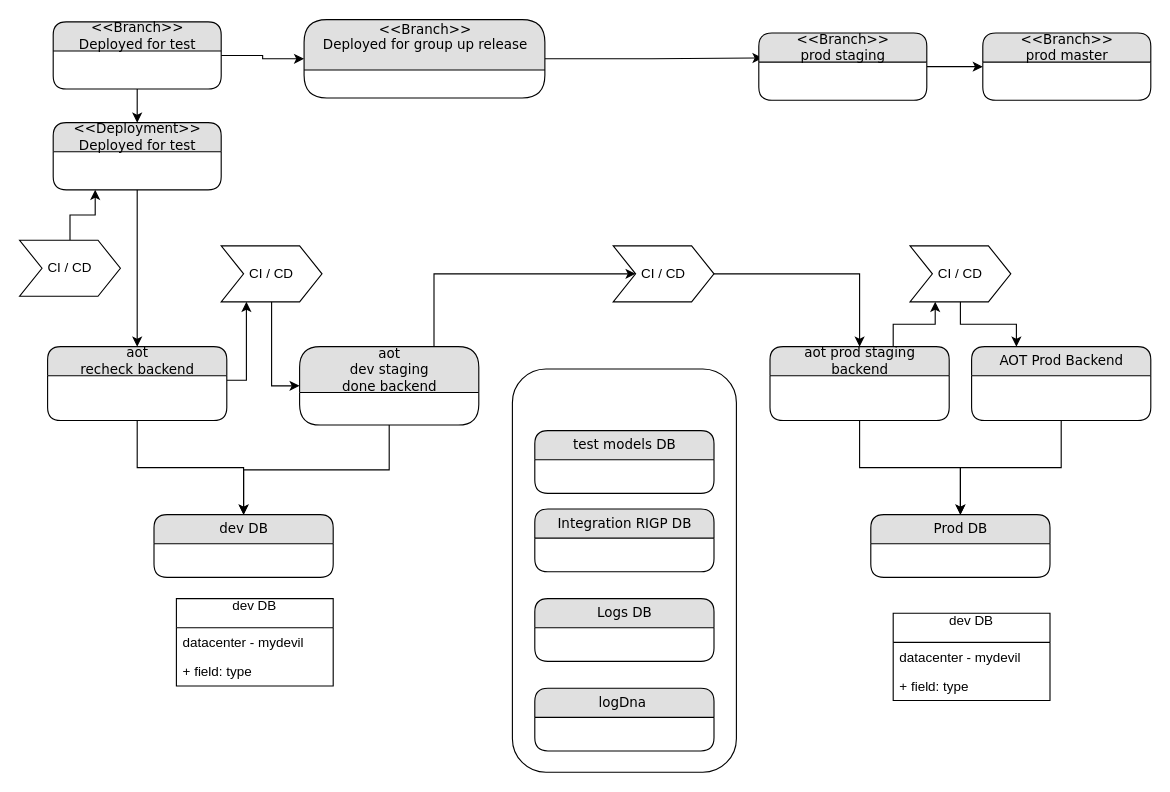
This is page "development process" (1 of 4) of p24 dockers and env.drawio from radieu/p24, a draw.io file, before an edit. Source tidied: cells renumbered, new cells numbered last; positions are measured from the earlier drawing's top-left corner, leaving out a move shared by most shapes. Both pictures are drawn from the tidied source at 112%, with x=0, y=0 at pixel (19, 19).
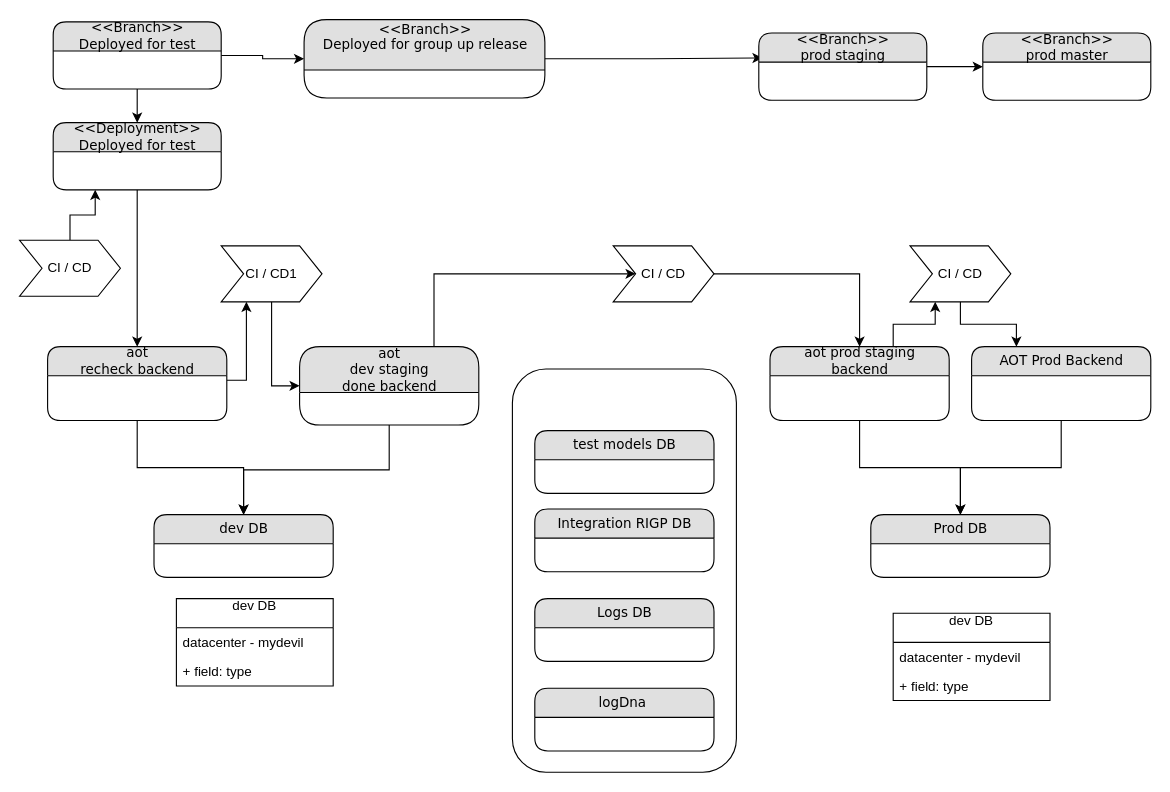
The same page after the edit.

What changed in the source:
```diff
@@
-    <mxCell id="28" value="CI / CD" style="shape=step;perimeter=stepPerimeter;whiteSpace=wrap;html=1;fixedSize=1;" parent="1" vertex="1">
+    <mxCell id="28" value="CI / CD1" style="shape=step;perimeter=stepPerimeter;whiteSpace=wrap;html=1;fixedSize=1;" parent="1" vertex="1">
       <mxGeometry x="180" y="202" width="90" height="50" as="geometry" />
     </mxCell>
```
